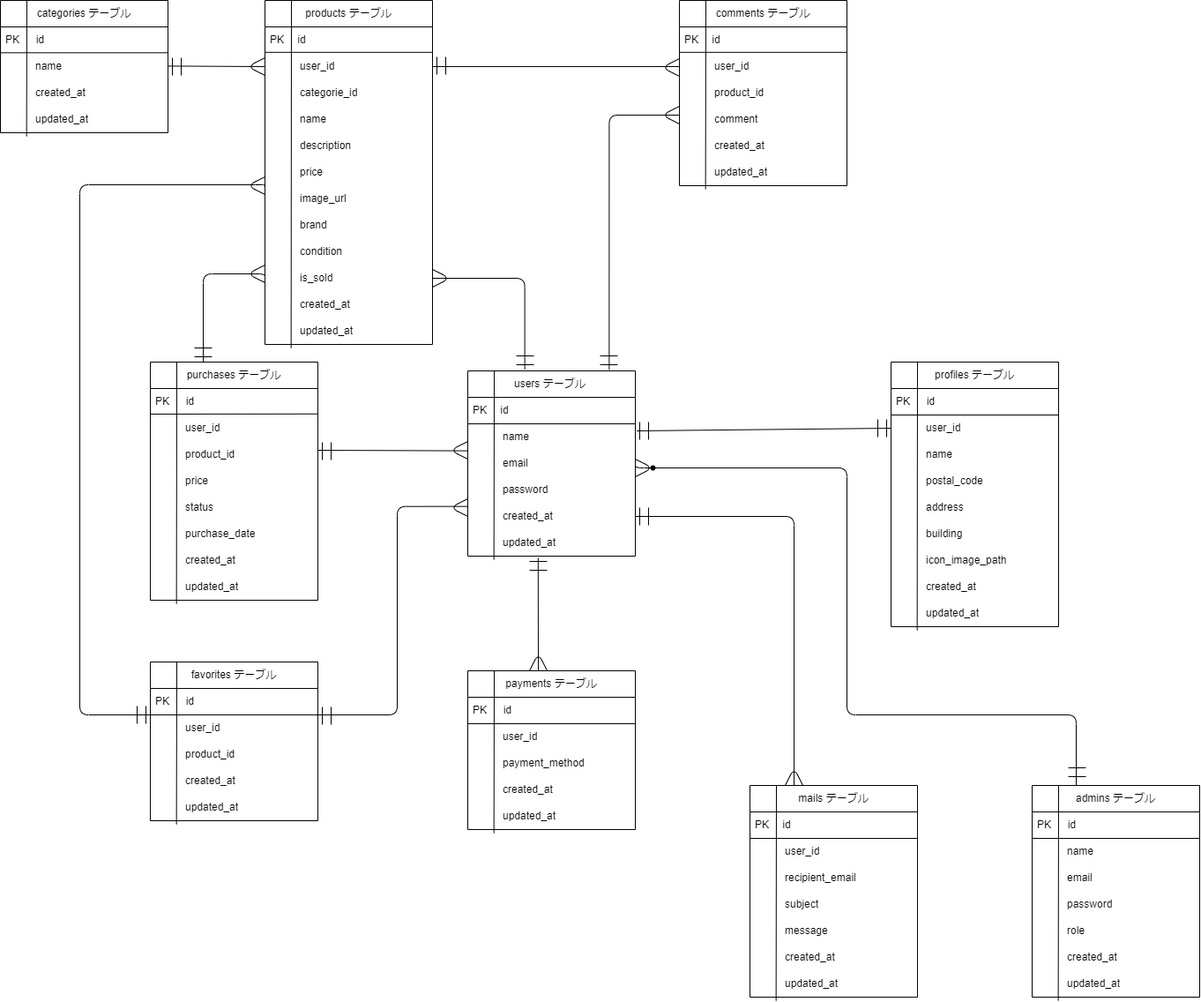
The draw.io diagram src/index.drawio.png in simanuki0923/market-System, before a commit. Source tidied: cells renumbered, new cells last; positions are measured from the earlier drawing's top-left corner, leaving out a move shared by most shapes.
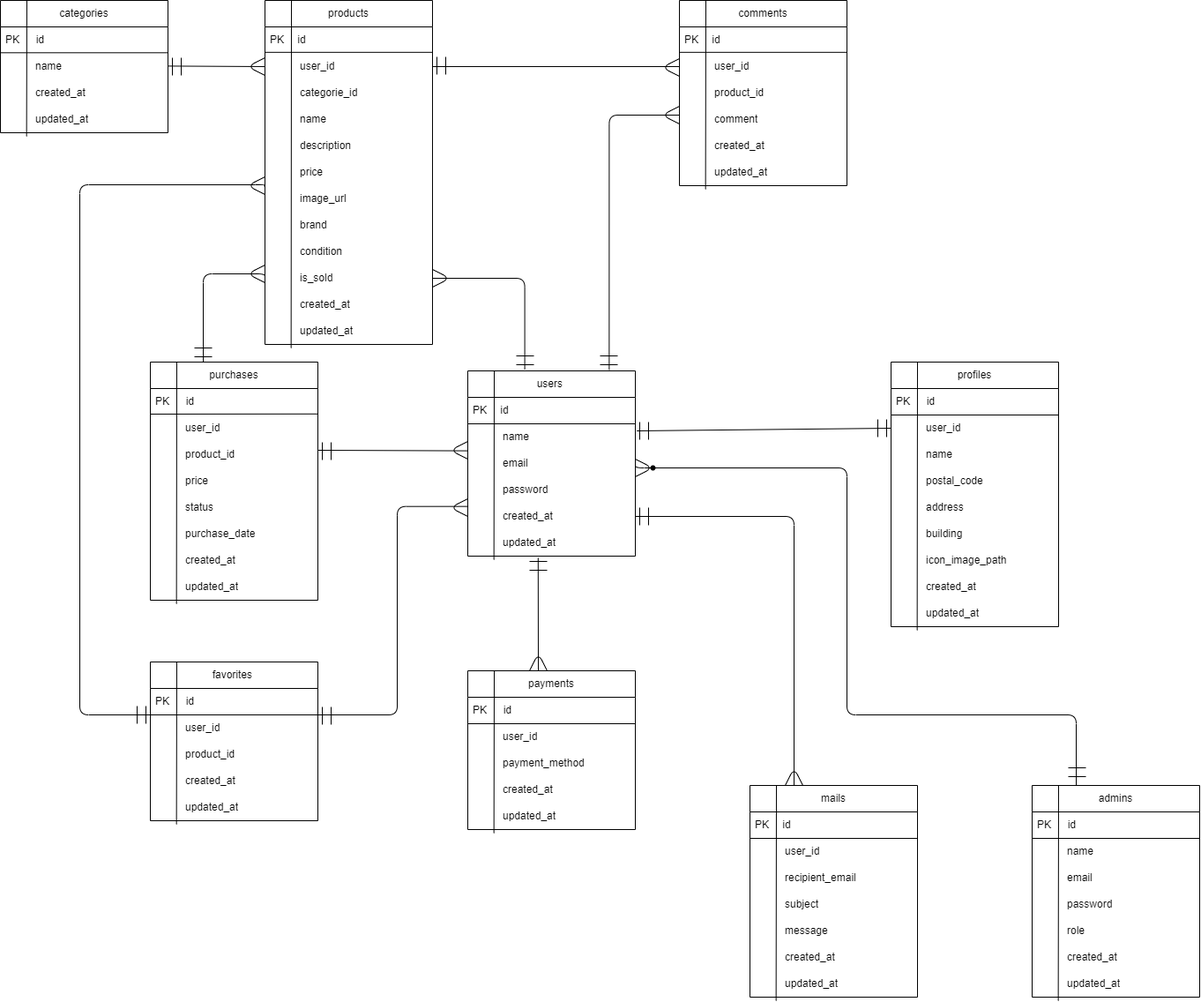
Later version of the same file.

Commit message:
ER図作成しました。

The edit, as a diff of the source:
```diff
@@ -2,7 +2,7 @@
   <root>
     <mxCell id="0" />
     <mxCell id="1" parent="0" />
-    <mxCell id="2" value="users テーブル&amp;nbsp;" style="swimlane;fontStyle=0;horizontal=1;startSize=30;whiteSpace=wrap;html=1;" parent="1" vertex="1">
+    <mxCell id="2" value="users&amp;nbsp;" style="swimlane;fontStyle=0;horizontal=1;startSize=30;whiteSpace=wrap;html=1;" parent="1" vertex="1">
       <mxGeometry x="530" y="420" width="190" height="210" as="geometry" />
     </mxCell>
     <mxCell id="3" style="endArrow=none;html=1;exitX=0.156;exitY=1.133;exitDx=0;exitDy=0;exitPerimeter=0;" parent="2" edge="1" source="10">
@@ -34,7 +34,7 @@
     <mxCell id="10" value="　　&amp;nbsp; &amp;nbsp;updated_at" style="text;strokeColor=none;fillColor=none;align=left;verticalAlign=middle;spacingLeft=4;spacingRight=4;overflow=hidden;points=[[0,0.5],[1,0.5]];portConstraint=eastwest;whiteSpace=wrap;html=1;" parent="2" vertex="1">
       <mxGeometry y="180" width="190" height="30" as="geometry" />
     </mxCell>
-    <mxCell id="11" value="comments テーブル" style="swimlane;fontStyle=0;horizontal=1;startSize=30;whiteSpace=wrap;html=1;" parent="1" vertex="1">
+    <mxCell id="11" value="comments" style="swimlane;fontStyle=0;horizontal=1;startSize=30;whiteSpace=wrap;html=1;" parent="1" vertex="1">
       <mxGeometry x="770" width="190" height="210" as="geometry" />
     </mxCell>
     <mxCell id="12" style="endArrow=none;html=1;exitX=0.156;exitY=1.133;exitDx=0;exitDy=0;exitPerimeter=0;" parent="11" edge="1" source="19">
@@ -66,7 +66,7 @@
     <mxCell id="19" value="　　&amp;nbsp; &amp;nbsp;updated_at" style="text;strokeColor=none;fillColor=none;align=left;verticalAlign=middle;spacingLeft=4;spacingRight=4;overflow=hidden;points=[[0,0.5],[1,0.5]];portConstraint=eastwest;whiteSpace=wrap;html=1;" parent="11" vertex="1">
       <mxGeometry y="180" width="190" height="30" as="geometry" />
     </mxCell>
-    <mxCell id="20" value="purchases テーブル" style="swimlane;fontStyle=0;horizontal=1;startSize=30;whiteSpace=wrap;html=1;" parent="1" vertex="1">
+    <mxCell id="20" value="purchases" style="swimlane;fontStyle=0;horizontal=1;startSize=30;whiteSpace=wrap;html=1;" parent="1" vertex="1">
       <mxGeometry x="170" y="410" width="190" height="270" as="geometry" />
     </mxCell>
     <mxCell id="21" style="endArrow=none;html=1;exitX=0.156;exitY=1.133;exitDx=0;exitDy=0;exitPerimeter=0;" parent="20" edge="1" source="30">
@@ -103,7 +103,7 @@
     <mxCell id="30" value="　　&amp;nbsp; &amp;nbsp;updated_at" style="text;strokeColor=none;fillColor=none;align=left;verticalAlign=middle;spacingLeft=4;spacingRight=4;overflow=hidden;points=[[0,0.5],[1,0.5]];portConstraint=eastwest;whiteSpace=wrap;html=1;" parent="20" vertex="1">
       <mxGeometry y="240" width="190" height="30" as="geometry" />
     </mxCell>
-    <mxCell id="31" value="products テーブル" style="swimlane;fontStyle=0;horizontal=1;startSize=30;whiteSpace=wrap;html=1;" parent="1" vertex="1">
+    <mxCell id="31" value="products" style="swimlane;fontStyle=0;horizontal=1;startSize=30;whiteSpace=wrap;html=1;" parent="1" vertex="1">
       <mxGeometry x="300" width="190" height="390" as="geometry" />
     </mxCell>
     <mxCell id="32" style="endArrow=none;html=1;exitX=0.156;exitY=1.133;exitDx=0;exitDy=0;exitPerimeter=0;" parent="31" edge="1" source="45">
@@ -153,7 +153,7 @@
     <mxCell id="45" value="　　&amp;nbsp; &amp;nbsp;updated_at" style="text;strokeColor=none;fillColor=none;align=left;verticalAlign=middle;spacingLeft=4;spacingRight=4;overflow=hidden;points=[[0,0.5],[1,0.5]];portConstraint=eastwest;whiteSpace=wrap;html=1;" parent="31" vertex="1">
       <mxGeometry y="360" width="190" height="30" as="geometry" />
     </mxCell>
-    <mxCell id="46" value="favorites テーブル" style="swimlane;fontStyle=0;horizontal=1;startSize=30;whiteSpace=wrap;html=1;" parent="1" vertex="1">
+    <mxCell id="46" value="favorites&amp;nbsp;" style="swimlane;fontStyle=0;horizontal=1;startSize=30;whiteSpace=wrap;html=1;" parent="1" vertex="1">
       <mxGeometry x="170" y="750" width="190" height="180" as="geometry" />
     </mxCell>
     <mxCell id="47" style="endArrow=none;html=1;exitX=0.156;exitY=1.133;exitDx=0;exitDy=0;exitPerimeter=0;" parent="46" edge="1" source="53">
@@ -182,7 +182,7 @@
     <mxCell id="53" value="　　&amp;nbsp; &amp;nbsp;updated_at" style="text;strokeColor=none;fillColor=none;align=left;verticalAlign=middle;spacingLeft=4;spacingRight=4;overflow=hidden;points=[[0,0.5],[1,0.5]];portConstraint=eastwest;whiteSpace=wrap;html=1;" parent="46" vertex="1">
       <mxGeometry y="150" width="190" height="30" as="geometry" />
     </mxCell>
-    <mxCell id="54" value="admins テーブル" style="swimlane;fontStyle=0;horizontal=1;startSize=30;whiteSpace=wrap;html=1;" parent="1" vertex="1">
+    <mxCell id="54" value="admins" style="swimlane;fontStyle=0;horizontal=1;startSize=30;whiteSpace=wrap;html=1;" parent="1" vertex="1">
       <mxGeometry x="1170" y="890" width="190" height="240" as="geometry" />
     </mxCell>
     <mxCell id="55" style="endArrow=none;html=1;exitX=0.156;exitY=1.133;exitDx=0;exitDy=0;exitPerimeter=0;" parent="54" edge="1" source="63">
@@ -217,7 +217,7 @@
     <mxCell id="63" value="　　&amp;nbsp; &amp;nbsp;updated_at" style="text;strokeColor=none;fillColor=none;align=left;verticalAlign=middle;spacingLeft=4;spacingRight=4;overflow=hidden;points=[[0,0.5],[1,0.5]];portConstraint=eastwest;whiteSpace=wrap;html=1;" parent="54" vertex="1">
       <mxGeometry y="210" width="190" height="30" as="geometry" />
     </mxCell>
-    <mxCell id="64" value="categories テーブル" style="swimlane;fontStyle=0;horizontal=1;startSize=30;whiteSpace=wrap;html=1;" parent="1" vertex="1">
+    <mxCell id="64" value="categories" style="swimlane;fontStyle=0;horizontal=1;startSize=30;whiteSpace=wrap;html=1;" parent="1" vertex="1">
       <mxGeometry width="190" height="150" as="geometry" />
     </mxCell>
     <mxCell id="65" style="endArrow=none;html=1;exitX=0.156;exitY=1.133;exitDx=0;exitDy=0;exitPerimeter=0;" parent="64" edge="1" source="70">
@@ -243,7 +243,7 @@
     <mxCell id="70" value="　　&amp;nbsp; &amp;nbsp;updated_at" style="text;strokeColor=none;fillColor=none;align=left;verticalAlign=middle;spacingLeft=4;spacingRight=4;overflow=hidden;points=[[0,0.5],[1,0.5]];portConstraint=eastwest;whiteSpace=wrap;html=1;" parent="64" vertex="1">
       <mxGeometry y="120" width="190" height="30" as="geometry" />
     </mxCell>
-    <mxCell id="71" value="payments テーブル" style="swimlane;fontStyle=0;horizontal=1;startSize=30;whiteSpace=wrap;html=1;" parent="1" vertex="1">
+    <mxCell id="71" value="payments" style="swimlane;fontStyle=0;horizontal=1;startSize=30;whiteSpace=wrap;html=1;" parent="1" vertex="1">
       <mxGeometry x="530" y="760" width="190" height="180" as="geometry" />
     </mxCell>
     <mxCell id="72" style="endArrow=none;html=1;exitX=0.156;exitY=1.133;exitDx=0;exitDy=0;exitPerimeter=0;" parent="71" edge="1" source="78">
@@ -272,7 +272,7 @@
     <mxCell id="78" value="　　&amp;nbsp; &amp;nbsp;updated_at" style="text;strokeColor=none;fillColor=none;align=left;verticalAlign=middle;spacingLeft=4;spacingRight=4;overflow=hidden;points=[[0,0.5],[1,0.5]];portConstraint=eastwest;whiteSpace=wrap;html=1;" parent="71" vertex="1">
       <mxGeometry y="150" width="190" height="30" as="geometry" />
     </mxCell>
-    <mxCell id="79" value="mails テーブル" style="swimlane;fontStyle=0;horizontal=1;startSize=30;whiteSpace=wrap;html=1;" parent="1" vertex="1">
+    <mxCell id="79" value="mails" style="swimlane;fontStyle=0;horizontal=1;startSize=30;whiteSpace=wrap;html=1;" parent="1" vertex="1">
       <mxGeometry x="850" y="890" width="190" height="240" as="geometry" />
     </mxCell>
     <mxCell id="80" style="endArrow=none;html=1;exitX=0.156;exitY=1.133;exitDx=0;exitDy=0;exitPerimeter=0;" parent="79" edge="1" source="88">
@@ -307,7 +307,7 @@
     <mxCell id="88" value="　　&amp;nbsp; &amp;nbsp;updated_at" style="text;strokeColor=none;fillColor=none;align=left;verticalAlign=middle;spacingLeft=4;spacingRight=4;overflow=hidden;points=[[0,0.5],[1,0.5]];portConstraint=eastwest;whiteSpace=wrap;html=1;" parent="79" vertex="1">
       <mxGeometry y="210" width="190" height="30" as="geometry" />
     </mxCell>
-    <mxCell id="89" value="profiles テーブル" style="swimlane;fontStyle=0;horizontal=1;startSize=30;whiteSpace=wrap;html=1;" parent="1" vertex="1">
+    <mxCell id="89" value="profiles" style="swimlane;fontStyle=0;horizontal=1;startSize=30;whiteSpace=wrap;html=1;" parent="1" vertex="1">
       <mxGeometry x="1010" y="410" width="190" height="300" as="geometry" />
     </mxCell>
     <mxCell id="90" style="endArrow=none;html=1;exitX=0.156;exitY=1.133;exitDx=0;exitDy=0;exitPerimeter=0;" parent="89" edge="1" source="100">
```
